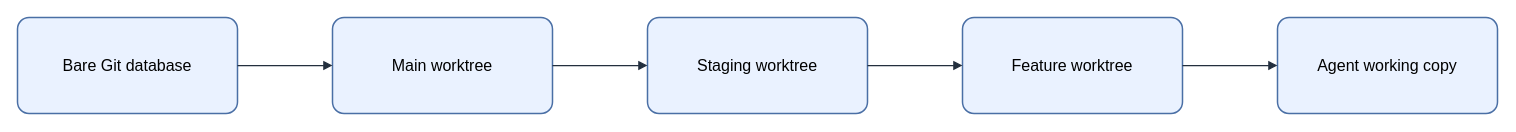
This is assets/img/git/bare-worktree-layout.drawio from KKamJi98/kkamji98.github.io, a draw.io file, before an edit. Source tidied: cells renumbered, new cells numbered last; positions are measured from the earlier drawing's top-left corner, leaving out a move shared by most shapes. Both pictures are drawn from the tidied source at 100%, with x=0, y=0 at pixel (17, 17).
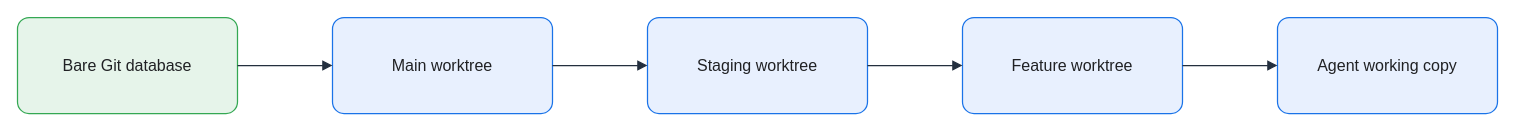
The same page after the edit.

What changed in the source:
```diff
@@
 <mxGraphModel background="#FFFFFF">
   <root>
     <mxCell id="0" />
     <mxCell id="1" parent="0" />
-    <mxCell id="2" value="Bare Git database" style="rounded=1;arcSize=12;whiteSpace=wrap;html=0;fillColor=#EAF2FF;strokeColor=#4A6FA5;strokeWidth=1.5;fontColor=#000000;fontSize=16;align=center;verticalAlign=middle;spacing=8;shadow=0;" parent="1" vertex="1">
+    <mxCell id="2" value="Bare Git database" style="rounded=1;arcSize=12;whiteSpace=wrap;html=0;fillColor=#E6F4EA;strokeColor=#34A853;strokeWidth=1.25;fontColor=#202124;fontSize=16;align=center;verticalAlign=middle;spacing=8;shadow=0;" parent="1" vertex="1">
       <mxGeometry width="220" height="96" as="geometry" />
     </mxCell>
-    <mxCell id="3" value="Main worktree" style="rounded=1;arcSize=12;whiteSpace=wrap;html=0;fillColor=#EAF2FF;strokeColor=#4A6FA5;strokeWidth=1.5;fontColor=#000000;fontSize=16;align=center;verticalAlign=middle;spacing=8;shadow=0;" parent="1" vertex="1">
+    <mxCell id="3" value="Main worktree" style="rounded=1;arcSize=12;whiteSpace=wrap;html=0;fillColor=#E8F0FE;strokeColor=#1A73E8;strokeWidth=1.25;fontColor=#202124;fontSize=16;align=center;verticalAlign=middle;spacing=8;shadow=0;" parent="1" vertex="1">
       <mxGeometry x="315" width="220" height="96" as="geometry" />
     </mxCell>
-    <mxCell id="4" value="Staging worktree" style="rounded=1;arcSize=12;whiteSpace=wrap;html=0;fillColor=#EAF2FF;strokeColor=#4A6FA5;strokeWidth=1.5;fontColor=#000000;fontSize=16;align=center;verticalAlign=middle;spacing=8;shadow=0;" parent="1" vertex="1">
+    <mxCell id="4" value="Staging worktree" style="rounded=1;arcSize=12;whiteSpace=wrap;html=0;fillColor=#E8F0FE;strokeColor=#1A73E8;strokeWidth=1.25;fontColor=#202124;fontSize=16;align=center;verticalAlign=middle;spacing=8;shadow=0;" parent="1" vertex="1">
       <mxGeometry x="630" width="220" height="96" as="geometry" />
     </mxCell>
-    <mxCell id="5" value="Feature worktree" style="rounded=1;arcSize=12;whiteSpace=wrap;html=0;fillColor=#EAF2FF;strokeColor=#4A6FA5;strokeWidth=1.5;fontColor=#000000;fontSize=16;align=center;verticalAlign=middle;spacing=8;shadow=0;" parent="1" vertex="1">
+    <mxCell id="5" value="Feature worktree" style="rounded=1;arcSize=12;whiteSpace=wrap;html=0;fillColor=#E8F0FE;strokeColor=#1A73E8;strokeWidth=1.25;fontColor=#202124;fontSize=16;align=center;verticalAlign=middle;spacing=8;shadow=0;" parent="1" vertex="1">
       <mxGeometry x="945" width="220" height="96" as="geometry" />
     </mxCell>
-    <mxCell id="6" value="Agent working copy" style="rounded=1;arcSize=12;whiteSpace=wrap;html=0;fillColor=#EAF2FF;strokeColor=#4A6FA5;strokeWidth=1.5;fontColor=#000000;fontSize=16;align=center;verticalAlign=middle;spacing=8;shadow=0;" parent="1" vertex="1">
+    <mxCell id="6" value="Agent working copy" style="rounded=1;arcSize=12;whiteSpace=wrap;html=0;fillColor=#E8F0FE;strokeColor=#1A73E8;strokeWidth=1.25;fontColor=#202124;fontSize=16;align=center;verticalAlign=middle;spacing=8;shadow=0;" parent="1" vertex="1">
       <mxGeometry x="1260" width="220" height="96" as="geometry" />
     </mxCell>
-    <mxCell id="7" style="edgeStyle=orthogonalEdgeStyle;rounded=0;jettySize=auto;html=0;endArrow=block;endFill=1;strokeColor=#232F3E;strokeWidth=1.25;fontColor=#000000;labelBackgroundColor=none;exitX=1;exitY=0.5;exitDx=0;exitDy=0;entryX=0;entryY=0.5;entryDx=0;entryDy=0;" parent="1" edge="1" source="2" target="3">
+    <mxCell id="7" style="edgeStyle=orthogonalEdgeStyle;rounded=0;jettySize=auto;html=0;endArrow=block;endFill=1;strokeColor=#232F3E;strokeWidth=1.25;fontColor=#202124;labelBackgroundColor=none;exitX=1;exitY=0.5;exitDx=0;exitDy=0;entryX=0;entryY=0.5;entryDx=0;entryDy=0;endSize=7;" parent="1" edge="1" source="2" target="3">
       <mxGeometry relative="1" as="geometry" />
     </mxCell>
-    <mxCell id="8" style="edgeStyle=orthogonalEdgeStyle;rounded=0;jettySize=auto;html=0;endArrow=block;endFill=1;strokeColor=#232F3E;strokeWidth=1.25;fontColor=#000000;labelBackgroundColor=none;exitX=1;exitY=0.5;exitDx=0;exitDy=0;entryX=0;entryY=0.5;entryDx=0;entryDy=0;" parent="1" edge="1" source="3" target="4">
+    <mxCell id="8" style="edgeStyle=orthogonalEdgeStyle;rounded=0;jettySize=auto;html=0;endArrow=block;endFill=1;strokeColor=#232F3E;strokeWidth=1.25;fontColor=#202124;labelBackgroundColor=none;exitX=1;exitY=0.5;exitDx=0;exitDy=0;entryX=0;entryY=0.5;entryDx=0;entryDy=0;endSize=7;" parent="1" edge="1" source="3" target="4">
       <mxGeometry relative="1" as="geometry" />
     </mxCell>
-    <mxCell id="9" style="edgeStyle=orthogonalEdgeStyle;rounded=0;jettySize=auto;html=0;endArrow=block;endFill=1;strokeColor=#232F3E;strokeWidth=1.25;fontColor=#000000;labelBackgroundColor=none;exitX=1;exitY=0.5;exitDx=0;exitDy=0;entryX=0;entryY=0.5;entryDx=0;entryDy=0;" parent="1" edge="1" source="4" target="5">
+    <mxCell id="9" style="edgeStyle=orthogonalEdgeStyle;rounded=0;jettySize=auto;html=0;endArrow=block;endFill=1;strokeColor=#232F3E;strokeWidth=1.25;fontColor=#202124;labelBackgroundColor=none;exitX=1;exitY=0.5;exitDx=0;exitDy=0;entryX=0;entryY=0.5;entryDx=0;entryDy=0;endSize=7;" parent="1" edge="1" source="4" target="5">
       <mxGeometry relative="1" as="geometry" />
     </mxCell>
-    <mxCell id="10" style="edgeStyle=orthogonalEdgeStyle;rounded=0;jettySize=auto;html=0;endArrow=block;endFill=1;strokeColor=#232F3E;strokeWidth=1.25;fontColor=#000000;labelBackgroundColor=none;exitX=1;exitY=0.5;exitDx=0;exitDy=0;entryX=0;entryY=0.5;entryDx=0;entryDy=0;" parent="1" edge="1" source="5" target="6">
+    <mxCell id="10" style="edgeStyle=orthogonalEdgeStyle;rounded=0;jettySize=auto;html=0;endArrow=block;endFill=1;strokeColor=#232F3E;strokeWidth=1.25;fontColor=#202124;labelBackgroundColor=none;exitX=1;exitY=0.5;exitDx=0;exitDy=0;entryX=0;entryY=0.5;entryDx=0;entryDy=0;endSize=7;" parent="1" edge="1" source="5" target="6">
       <mxGeometry relative="1" as="geometry" />
     </mxCell>
   </root>
 </mxGraphModel>
```
